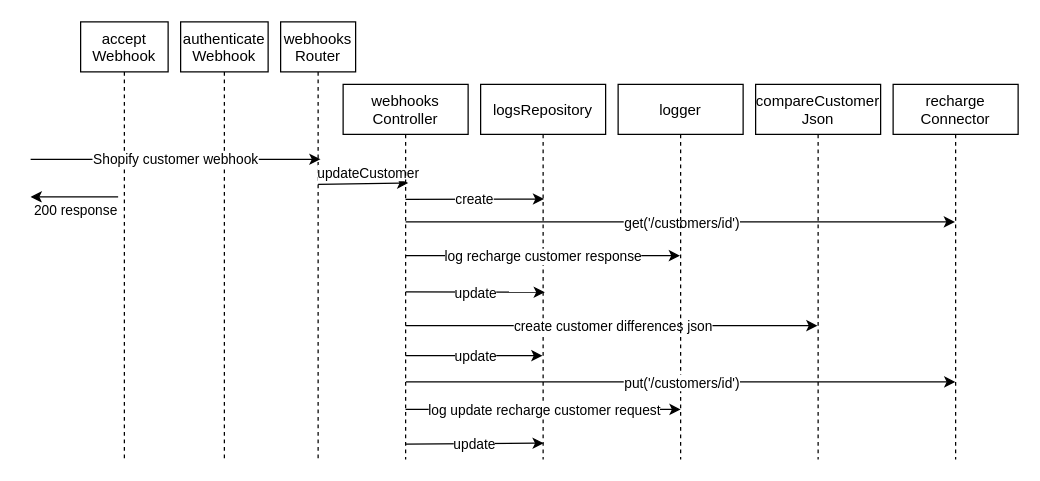
The draw.io diagram RechargeCustomerSync/WebhookProcessorFlow.drawio in alexrsunrise/diagrams, before the edit. Source tidied: cells renumbered, new cells numbered last; positions are measured from the earlier drawing's top-left corner, leaving out a move shared by most shapes. Both pictures are drawn from the tidied source at 125%, with x=0, y=0 at pixel (30, 21).
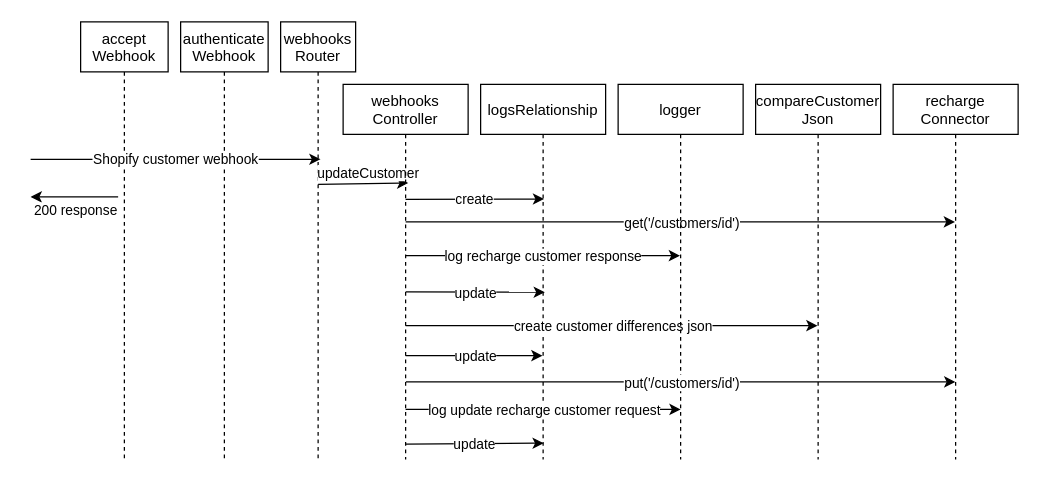
After the change.

Change to the diagram source:
```diff
@@
-    <mxCell id="16" value="logsRepository" style="shape=umlLifeline;perimeter=lifelinePerimeter;rounded=0;shadow=0;strokeWidth=1;" parent="1" vertex="1">
+    <mxCell id="16" value="logsRelationship" style="shape=umlLifeline;perimeter=lifelinePerimeter;rounded=0;shadow=0;strokeWidth=1;" parent="1" vertex="1">
       <mxGeometry x="360" y="50" width="100" height="300" as="geometry" />
     </mxCell>
```
